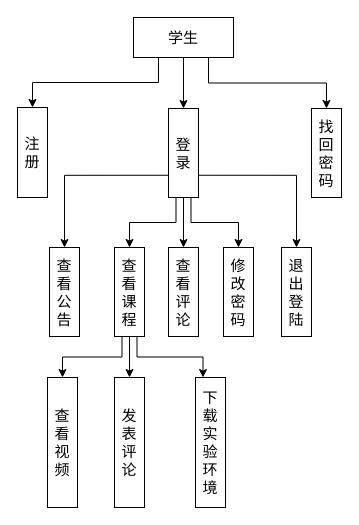
Above: Untitled Diagram.drawio in aoyama7/flask_BBS (draw.io), before the change. Source tidied: cells renumbered, new cells numbered last; positions are measured from the earlier drawing's top-left corner, leaving out a move shared by most shapes. Both pictures are drawn from the tidied source at 100%, with x=0, y=0 at pixel (17, 17).
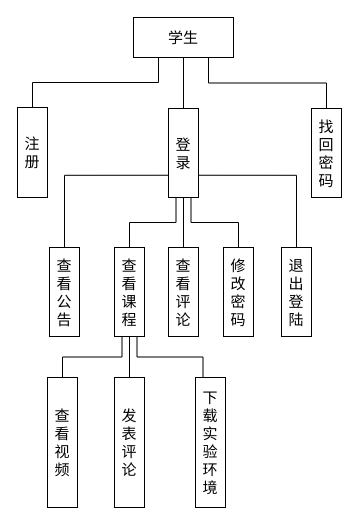
Above is the later version.

Unchanged cells that the change refers to:
```xml
<mxCell id="5" value="学生" style="rounded=0;whiteSpace=wrap;html=1;fontSize=15;" parent="1" vertex="1">
  <mxGeometry x="116" width="100" height="40" as="geometry" />
</mxCell>
<mxCell id="6" value="注册" style="rounded=0;whiteSpace=wrap;html=1;fontSize=15;" parent="1" vertex="1">
  <mxGeometry y="90" width="30" height="90" as="geometry" />
</mxCell>
<mxCell id="12" value="登录" style="rounded=0;whiteSpace=wrap;html=1;fontSize=15;" parent="1" vertex="1">
  <mxGeometry x="151" y="91" width="30" height="89" as="geometry" />
</mxCell>
<mxCell id="13" value="找回密码" style="rounded=0;whiteSpace=wrap;html=1;fontSize=15;" parent="1" vertex="1">
  <mxGeometry x="294" y="91" width="30" height="89" as="geometry" />
</mxCell>
<mxCell id="14" value="查看公告" style="rounded=0;whiteSpace=wrap;html=1;fontSize=15;" parent="1" vertex="1">
  <mxGeometry x="32" y="230" width="30" height="89" as="geometry" />
</mxCell>
<mxCell id="18" value="查看课程" style="rounded=0;whiteSpace=wrap;html=1;fontSize=15;" parent="1" vertex="1">
  <mxGeometry x="97" y="230" width="30" height="89" as="geometry" />
</mxCell>
<mxCell id="19" value="查看评论" style="rounded=0;whiteSpace=wrap;html=1;fontSize=15;" parent="1" vertex="1">
  <mxGeometry x="151" y="230" width="30" height="89" as="geometry" />
</mxCell>
<mxCell id="20" value="修改密码" style="rounded=0;whiteSpace=wrap;html=1;fontSize=15;" parent="1" vertex="1">
  <mxGeometry x="206" y="230" width="30" height="89" as="geometry" />
</mxCell>
<mxCell id="21" value="查看视频" style="rounded=0;whiteSpace=wrap;html=1;fontSize=15;" parent="1" vertex="1">
  <mxGeometry x="30" y="360" width="30" height="130" as="geometry" />
</mxCell>
<mxCell id="22" value="发表评论" style="rounded=0;whiteSpace=wrap;html=1;fontSize=15;" parent="1" vertex="1">
  <mxGeometry x="97" y="360" width="30" height="130" as="geometry" />
</mxCell>
<mxCell id="23" value="下载实验环境" style="rounded=0;whiteSpace=wrap;html=1;fontSize=15;" parent="1" vertex="1">
  <mxGeometry x="178" y="360" width="30" height="130" as="geometry" />
</mxCell>
<mxCell id="24" value="退出登陆" style="rounded=0;whiteSpace=wrap;html=1;fontSize=15;" parent="1" vertex="1">
  <mxGeometry x="264" y="230" width="30" height="89" as="geometry" />
</mxCell>
```

The edit, as a diff of the source:
```diff
@@
-    <mxCell id="2" style="edgeStyle=orthogonalEdgeStyle;rounded=0;jettySize=auto;html=1;exitX=0.25;exitY=1;exitDx=0;exitDy=0;entryX=0.5;entryY=0;entryDx=0;entryDy=0;fontSize=15;" parent="1" edge="1" source="5" target="6">
+    <mxCell id="2" style="edgeStyle=orthogonalEdgeStyle;rounded=0;jettySize=auto;html=1;exitX=0.25;exitY=1;exitDx=0;exitDy=0;entryX=0.5;entryY=0;entryDx=0;entryDy=0;fontSize=15;endArrow=none;endFill=0;" parent="1" edge="1" source="5" target="6">
       <mxGeometry relative="1" as="geometry" />
     </mxCell>
-    <mxCell id="3" style="edgeStyle=orthogonalEdgeStyle;rounded=0;jettySize=auto;html=1;exitX=0.5;exitY=1;exitDx=0;exitDy=0;entryX=0.5;entryY=0;entryDx=0;entryDy=0;fontSize=15;" parent="1" edge="1" source="5" target="12">
+    <mxCell id="3" style="edgeStyle=orthogonalEdgeStyle;rounded=0;jettySize=auto;html=1;exitX=0.5;exitY=1;exitDx=0;exitDy=0;entryX=0.5;entryY=0;entryDx=0;entryDy=0;fontSize=15;endArrow=none;endFill=0;" parent="1" edge="1" source="5" target="12">
       <mxGeometry relative="1" as="geometry" />
     </mxCell>
-    <mxCell id="4" style="edgeStyle=orthogonalEdgeStyle;rounded=0;jettySize=auto;html=1;exitX=0.75;exitY=1;exitDx=0;exitDy=0;entryX=0.5;entryY=0;entryDx=0;entryDy=0;fontSize=15;" parent="1" edge="1" source="5" target="13">
+    <mxCell id="4" style="edgeStyle=orthogonalEdgeStyle;rounded=0;jettySize=auto;html=1;exitX=0.75;exitY=1;exitDx=0;exitDy=0;entryX=0.5;entryY=0;entryDx=0;entryDy=0;fontSize=15;endArrow=none;endFill=0;" parent="1" edge="1" source="5" target="13">
       <mxGeometry relative="1" as="geometry" />
     </mxCell>
@@
-    <mxCell id="7" style="edgeStyle=orthogonalEdgeStyle;rounded=0;jettySize=auto;html=1;exitX=0;exitY=0.75;exitDx=0;exitDy=0;entryX=0.5;entryY=0;entryDx=0;entryDy=0;fontSize=15;" parent="1" edge="1" source="12" target="14">
+    <mxCell id="7" style="edgeStyle=orthogonalEdgeStyle;rounded=0;jettySize=auto;html=1;exitX=0;exitY=0.75;exitDx=0;exitDy=0;entryX=0.5;entryY=0;entryDx=0;entryDy=0;fontSize=15;endArrow=none;endFill=0;" parent="1" edge="1" source="12" target="14">
       <mxGeometry relative="1" as="geometry" />
     </mxCell>
-    <mxCell id="8" style="edgeStyle=orthogonalEdgeStyle;rounded=0;jettySize=auto;html=1;exitX=0.25;exitY=1;exitDx=0;exitDy=0;entryX=0.5;entryY=0;entryDx=0;entryDy=0;fontSize=15;" parent="1" edge="1" source="12" target="18">
+    <mxCell id="8" style="edgeStyle=orthogonalEdgeStyle;rounded=0;jettySize=auto;html=1;exitX=0.25;exitY=1;exitDx=0;exitDy=0;entryX=0.5;entryY=0;entryDx=0;entryDy=0;fontSize=15;endArrow=none;endFill=0;" parent="1" edge="1" source="12" target="18">
       <mxGeometry relative="1" as="geometry" />
     </mxCell>
-    <mxCell id="9" style="edgeStyle=orthogonalEdgeStyle;rounded=0;jettySize=auto;html=1;exitX=0.5;exitY=1;exitDx=0;exitDy=0;entryX=0.5;entryY=0;entryDx=0;entryDy=0;fontSize=15;" parent="1" edge="1" source="12" target="19">
+    <mxCell id="9" style="edgeStyle=orthogonalEdgeStyle;rounded=0;jettySize=auto;html=1;exitX=0.5;exitY=1;exitDx=0;exitDy=0;entryX=0.5;entryY=0;entryDx=0;entryDy=0;fontSize=15;endArrow=none;endFill=0;" parent="1" edge="1" source="12" target="19">
       <mxGeometry relative="1" as="geometry" />
     </mxCell>
-    <mxCell id="10" style="edgeStyle=orthogonalEdgeStyle;rounded=0;jettySize=auto;html=1;exitX=0.75;exitY=1;exitDx=0;exitDy=0;entryX=0.5;entryY=0;entryDx=0;entryDy=0;fontSize=15;" parent="1" edge="1" source="12" target="20">
+    <mxCell id="10" style="edgeStyle=orthogonalEdgeStyle;rounded=0;jettySize=auto;html=1;exitX=0.75;exitY=1;exitDx=0;exitDy=0;entryX=0.5;entryY=0;entryDx=0;entryDy=0;fontSize=15;endArrow=none;endFill=0;" parent="1" edge="1" source="12" target="20">
       <mxGeometry relative="1" as="geometry" />
     </mxCell>
-    <mxCell id="11" style="edgeStyle=orthogonalEdgeStyle;rounded=0;jettySize=auto;html=1;exitX=1;exitY=0.75;exitDx=0;exitDy=0;entryX=0.5;entryY=0;entryDx=0;entryDy=0;fontSize=15;" parent="1" edge="1" source="12" target="24">
+    <mxCell id="11" style="edgeStyle=orthogonalEdgeStyle;rounded=0;jettySize=auto;html=1;exitX=1;exitY=0.75;exitDx=0;exitDy=0;entryX=0.5;entryY=0;entryDx=0;entryDy=0;fontSize=15;endArrow=none;endFill=0;" parent="1" edge="1" source="12" target="24">
       <mxGeometry relative="1" as="geometry" />
     </mxCell>
@@
-    <mxCell id="15" style="edgeStyle=orthogonalEdgeStyle;rounded=0;jettySize=auto;html=1;exitX=0.5;exitY=1;exitDx=0;exitDy=0;entryX=0.5;entryY=0;entryDx=0;entryDy=0;fontSize=15;" parent="1" edge="1" source="18" target="22">
+    <mxCell id="15" style="edgeStyle=orthogonalEdgeStyle;rounded=0;jettySize=auto;html=1;exitX=0.5;exitY=1;exitDx=0;exitDy=0;entryX=0.5;entryY=0;entryDx=0;entryDy=0;fontSize=15;endArrow=none;endFill=0;" parent="1" edge="1" source="18" target="22">
       <mxGeometry relative="1" as="geometry" />
     </mxCell>
-    <mxCell id="16" style="edgeStyle=orthogonalEdgeStyle;rounded=0;jettySize=auto;html=1;exitX=0.75;exitY=1;exitDx=0;exitDy=0;entryX=0.25;entryY=0;entryDx=0;entryDy=0;fontSize=15;" parent="1" edge="1" source="18" target="23">
+    <mxCell id="16" style="edgeStyle=orthogonalEdgeStyle;rounded=0;jettySize=auto;html=1;exitX=0.75;exitY=1;exitDx=0;exitDy=0;entryX=0.25;entryY=0;entryDx=0;entryDy=0;fontSize=15;endArrow=none;endFill=0;" parent="1" edge="1" source="18" target="23">
       <mxGeometry relative="1" as="geometry" />
     </mxCell>
-    <mxCell id="17" style="edgeStyle=orthogonalEdgeStyle;rounded=0;jettySize=auto;html=1;exitX=0.25;exitY=1;exitDx=0;exitDy=0;entryX=0.5;entryY=0;entryDx=0;entryDy=0;fontSize=15;" parent="1" edge="1" source="18" target="21">
+    <mxCell id="17" style="edgeStyle=orthogonalEdgeStyle;rounded=0;jettySize=auto;html=1;exitX=0.25;exitY=1;exitDx=0;exitDy=0;entryX=0.5;entryY=0;entryDx=0;entryDy=0;fontSize=15;endArrow=none;endFill=0;" parent="1" edge="1" source="18" target="21">
       <mxGeometry relative="1" as="geometry" />
     </mxCell>
```
